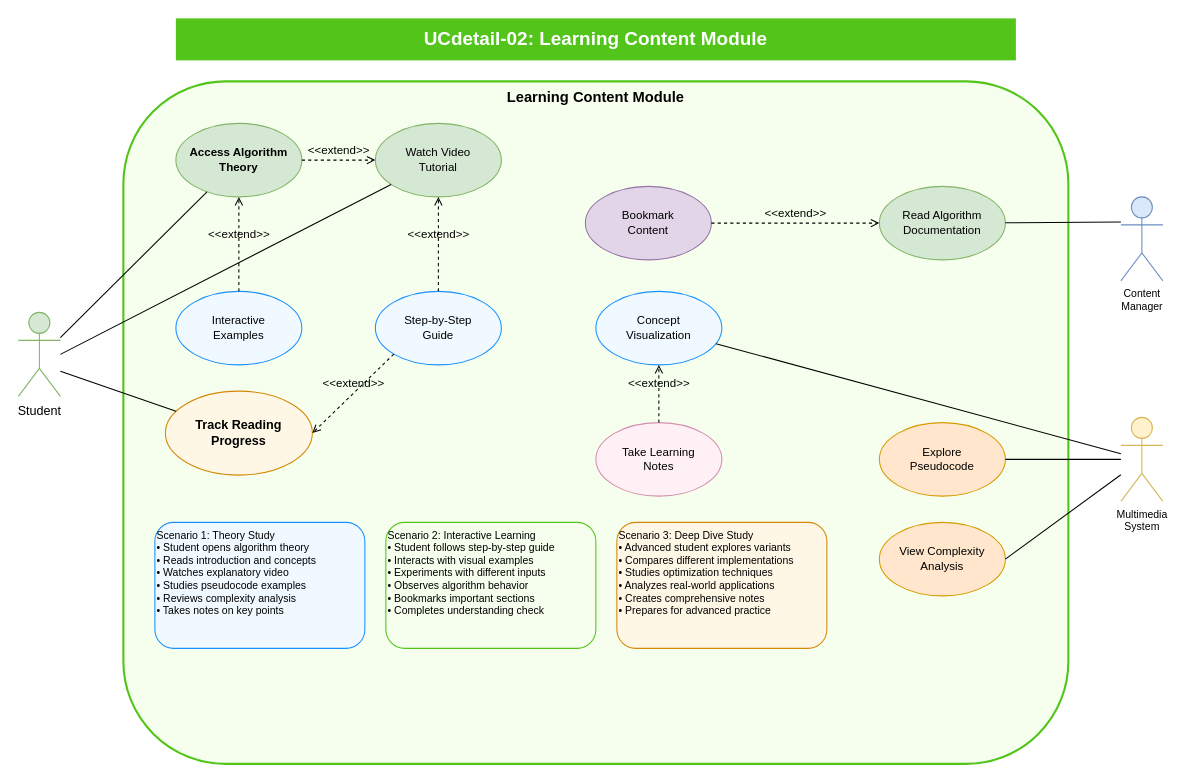
Above: dsa-visualizer/academic-project/enhanced-diagrams/UCdetail-02-learning-content.drawio in HieNguyen08/dsa-visualizer (draw.io), before the change. Source tidied: cells renumbered, new cells numbered last; positions are measured from the earlier drawing's top-left corner, leaving out a move shared by most shapes. Both pictures are drawn from the tidied source at 105%, with x=0, y=0 at pixel (18, 18).
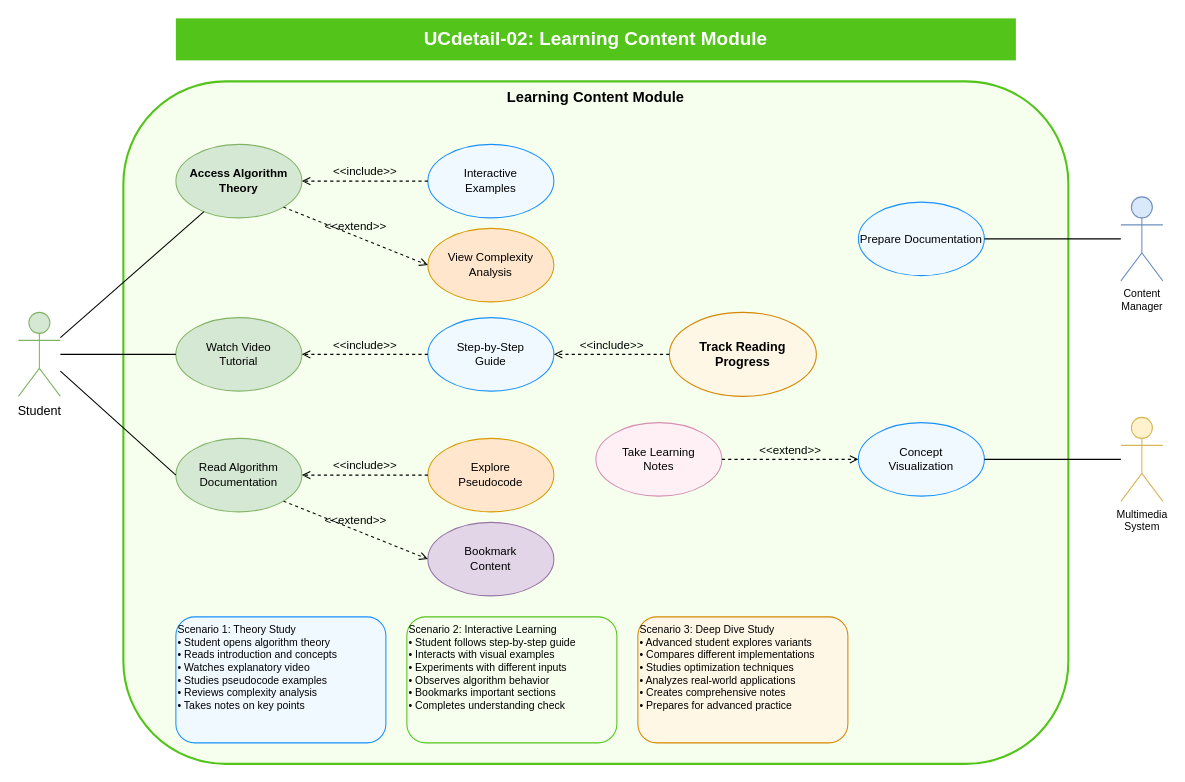
Above is the later version.

Commit message (it also covers changes not shown here):
feat: Implement complete UML relationships in all UCdetail diagrams

The change refers to these unchanged cells:
```xml
<mxCell id="4" value="Student" style="shape=umlActor;verticalLabelPosition=bottom;verticalAlign=top;html=1;outlineConnect=0;fontSize=12;fillColor=#d5e8d4;strokeColor=#82b366;" parent="1" vertex="1">
  <mxGeometry y="280" width="40" height="80" as="geometry" />
</mxCell>
<mxCell id="5" value="Content&#10;Manager" style="shape=umlActor;verticalLabelPosition=bottom;verticalAlign=top;html=1;outlineConnect=0;fontSize=10;fillColor=#dae8fc;strokeColor=#6c8ebf;" parent="1" vertex="1">
  <mxGeometry x="1050" y="170" width="40" height="80" as="geometry" />
</mxCell>
<mxCell id="6" value="Multimedia&#10;System" style="shape=umlActor;verticalLabelPosition=bottom;verticalAlign=top;html=1;outlineConnect=0;fontSize=10;fillColor=#fff2cc;strokeColor=#d6b656;" parent="1" vertex="1">
  <mxGeometry x="1050" y="380" width="40" height="80" as="geometry" />
</mxCell>
<mxCell id="17" value="Take Learning&#10;Notes" style="ellipse;whiteSpace=wrap;html=1;fontSize=11;fillColor=#fff0f6;strokeColor=#d48fb1;" parent="1" vertex="1">
  <mxGeometry x="550" y="385" width="120" height="70" as="geometry" />
</mxCell>
```

Change to the diagram source:
```diff
@@
     <mxCell id="7" value="Access Algorithm&#10;Theory" style="ellipse;whiteSpace=wrap;html=1;fontSize=11;fillColor=#d5e8d4;strokeColor=#82b366;fontStyle=1;" parent="1" vertex="1">
-      <mxGeometry x="150" y="100" width="120" height="70" as="geometry" />
+      <mxGeometry x="150" y="120" width="120" height="70" as="geometry" />
     </mxCell>
     <mxCell id="8" value="Watch Video&#10;Tutorial" style="ellipse;whiteSpace=wrap;html=1;fontSize=11;fillColor=#d5e8d4;strokeColor=#82b366;" parent="1" vertex="1">
-      <mxGeometry x="340" y="100" width="120" height="70" as="geometry" />
+      <mxGeometry x="150" y="285" width="120" height="70" as="geometry" />
     </mxCell>
     <mxCell id="9" value="Read Algorithm&#10;Documentation" style="ellipse;whiteSpace=wrap;html=1;fontSize=11;fillColor=#d5e8d4;strokeColor=#82b366;" parent="1" vertex="1">
-      <mxGeometry x="820" y="160" width="120" height="70" as="geometry" />
+      <mxGeometry x="150" y="400" width="120" height="70" as="geometry" />
     </mxCell>
     <mxCell id="10" value="Explore&#10;Pseudocode" style="ellipse;whiteSpace=wrap;html=1;fontSize=11;fillColor=#ffe6cc;strokeColor=#d79b00;" parent="1" vertex="1">
-      <mxGeometry x="820" y="385" width="120" height="70" as="geometry" />
+      <mxGeometry x="390" y="400" width="120" height="70" as="geometry" />
     </mxCell>
     <mxCell id="11" value="View Complexity&#10;Analysis" style="ellipse;whiteSpace=wrap;html=1;fontSize=11;fillColor=#ffe6cc;strokeColor=#d79b00;" parent="1" vertex="1">
-      <mxGeometry x="820" y="480" width="120" height="70" as="geometry" />
+      <mxGeometry x="390" y="200" width="120" height="70" as="geometry" />
     </mxCell>
     <mxCell id="12" value="Interactive&#10;Examples" style="ellipse;whiteSpace=wrap;html=1;fontSize=11;fillColor=#f0f9ff;strokeColor=#1890ff;" parent="1" vertex="1">
-      <mxGeometry x="150" y="260" width="120" height="70" as="geometry" />
+      <mxGeometry x="390" y="120" width="120" height="70" as="geometry" />
     </mxCell>
     <mxCell id="13" value="Step-by-Step&#10;Guide" style="ellipse;whiteSpace=wrap;html=1;fontSize=11;fillColor=#f0f9ff;strokeColor=#1890ff;" parent="1" vertex="1">
-      <mxGeometry x="340" y="260" width="120" height="70" as="geometry" />
+      <mxGeometry x="390" y="285" width="120" height="70" as="geometry" />
     </mxCell>
     <mxCell id="14" value="Concept&#10;Visualization" style="ellipse;whiteSpace=wrap;html=1;fontSize=11;fillColor=#f0f9ff;strokeColor=#1890ff;" parent="1" vertex="1">
-      <mxGeometry x="550" y="260" width="120" height="70" as="geometry" />
+      <mxGeometry x="800" y="385" width="120" height="70" as="geometry" />
     </mxCell>
     <mxCell id="15" value="Bookmark&#10;Content" style="ellipse;whiteSpace=wrap;html=1;fontSize=11;fillColor=#e1d5e7;strokeColor=#9673a6;" parent="1" vertex="1">
-      <mxGeometry x="540" y="160" width="120" height="70" as="geometry" />
+      <mxGeometry x="390" y="480" width="120" height="70" as="geometry" />
     </mxCell>
     <mxCell id="16" value="Track Reading&#10;Progress" style="ellipse;whiteSpace=wrap;html=1;fontSize=12;fillColor=#fff7e6;strokeColor=#d48806;fontStyle=1;" parent="1" vertex="1">
-      <mxGeometry x="140" y="355" width="140" height="80" as="geometry" />
+      <mxGeometry x="620" y="280" width="140" height="80" as="geometry" />
     </mxCell>
@@
     <mxCell id="18" value="Scenario 1: Theory Study&#10;• Student opens algorithm theory&#10;• Reads introduction and concepts&#10;• Watches explanatory video&#10;• Studies pseudocode examples&#10;• Reviews complexity analysis&#10;• Takes notes on key points" style="rounded=1;whiteSpace=wrap;html=1;fontSize=10;align=left;verticalAlign=top;fillColor=#f0f9ff;strokeColor=#1890ff;" parent="1" vertex="1">
-      <mxGeometry x="130" y="480" width="200" height="120" as="geometry" />
+      <mxGeometry x="150" y="570" width="200" height="120" as="geometry" />
     </mxCell>
     <mxCell id="19" value="Scenario 2: Interactive Learning&#10;• Student follows step-by-step guide&#10;• Interacts with visual examples&#10;• Experiments with different inputs&#10;• Observes algorithm behavior&#10;• Bookmarks important sections&#10;• Completes understanding check" style="rounded=1;whiteSpace=wrap;html=1;fontSize=10;align=left;verticalAlign=top;fillColor=#f6ffed;strokeColor=#52c41a;" parent="1" vertex="1">
-      <mxGeometry x="350" y="480" width="200" height="120" as="geometry" />
+      <mxGeometry x="370" y="570" width="200" height="120" as="geometry" />
     </mxCell>
     <mxCell id="20" value="Scenario 3: Deep Dive Study&#10;• Advanced student explores variants&#10;• Compares different implementations&#10;• Studies optimization techniques&#10;• Analyzes real-world applications&#10;• Creates comprehensive notes&#10;• Prepares for advanced practice" style="rounded=1;whiteSpace=wrap;html=1;fontSize=10;align=left;verticalAlign=top;fillColor=#fff7e6;strokeColor=#d48806;" parent="1" vertex="1">
-      <mxGeometry x="570" y="480" width="200" height="120" as="geometry" />
+      <mxGeometry x="590" y="570" width="200" height="120" as="geometry" />
     </mxCell>
@@
-    <mxCell id="23" style="endArrow=none;html=1;rounded=0;fontSize=12;startSize=8;endSize=8;exitX=1;exitY=0.7;" parent="1" edge="1" source="4" target="16">
+    <mxCell id="23" style="endArrow=none;html=1;rounded=0;fontSize=12;startSize=8;endSize=8;exitX=1;exitY=0.7;entryX=0;entryY=0.5;entryDx=0;entryDy=0;" parent="1" edge="1" source="4" target="9">
       <mxGeometry relative="1" as="geometry" />
     </mxCell>
-    <mxCell id="24" style="endArrow=none;html=1;rounded=0;fontSize=12;startSize=8;endSize=8;exitX=0;exitY=0.3;" parent="1" edge="1" source="5" target="9">
-      <mxGeometry relative="1" as="geometry" />
-    </mxCell>
@@
-    <mxCell id="26" value="&amp;lt;&amp;lt;extend&amp;gt;&amp;gt;" style="html=1;verticalAlign=bottom;labelBackgroundColor=none;endArrow=open;endFill=0;dashed=1;exitX=1;exitY=0.5;exitDx=0;exitDy=0;entryX=0;entryY=0.5;entryDx=0;entryDy=0;" parent="1" edge="1" source="7" target="8">
-      <mxGeometry relative="1" as="geometry" />
-    </mxCell>
+    <mxCell id="29" value="&amp;lt;&amp;lt;extend&amp;gt;&amp;gt;" style="html=1;verticalAlign=bottom;labelBackgroundColor=none;endArrow=open;endFill=0;dashed=1;exitX=1;exitY=0.5;exitDx=0;exitDy=0;entryX=0;entryY=0.5;entryDx=0;entryDy=0;" parent="1" edge="1" source="17" target="14">
+      <mxGeometry relative="1" as="geometry" />
+    </mxCell>
-    <mxCell id="27" value="&amp;lt;&amp;lt;extend&amp;gt;&amp;gt;" style="html=1;verticalAlign=bottom;labelBackgroundColor=none;endArrow=open;endFill=0;dashed=1;exitX=0.5;exitY=0;exitDx=0;exitDy=0;entryX=0.5;entryY=1;entryDx=0;entryDy=0;" parent="1" edge="1" source="12" target="7">
+    <mxCell id="27" value="&amp;lt;&amp;lt;include&amp;gt;&amp;gt;" style="html=1;verticalAlign=bottom;labelBackgroundColor=none;endArrow=open;endFill=0;dashed=1;entryX=1;entryY=0.5;entryDx=0;entryDy=0;exitX=0;exitY=0.5;exitDx=0;exitDy=0;" parent="1" edge="1" source="12" target="7">
       <mxGeometry relative="1" as="geometry" />
     </mxCell>
-    <mxCell id="28" value="&amp;lt;&amp;lt;extend&amp;gt;&amp;gt;" style="html=1;verticalAlign=bottom;labelBackgroundColor=none;endArrow=open;endFill=0;dashed=1;exitX=0;exitY=1;exitDx=0;exitDy=0;entryX=1;entryY=0.5;entryDx=0;entryDy=0;" parent="1" edge="1" source="13" target="16">
-      <mxGeometry relative="1" as="geometry" />
-    </mxCell>
-    <mxCell id="29" value="&amp;lt;&amp;lt;extend&amp;gt;&amp;gt;" style="html=1;verticalAlign=bottom;labelBackgroundColor=none;endArrow=open;endFill=0;dashed=1;entryX=0.5;entryY=1;entryDx=0;entryDy=0;exitX=0.5;exitY=0;exitDx=0;exitDy=0;" parent="1" edge="1" source="17" target="14">
-      <mxGeometry relative="1" as="geometry" />
-    </mxCell>
-    <mxCell id="30" value="&amp;lt;&amp;lt;extend&amp;gt;&amp;gt;" style="html=1;verticalAlign=bottom;labelBackgroundColor=none;endArrow=open;endFill=0;dashed=1;exitX=0.5;exitY=0;exitDx=0;exitDy=0;entryX=0.5;entryY=1;entryDx=0;entryDy=0;" parent="1" edge="1" source="13" target="8">
+    <mxCell id="30" value="&amp;lt;&amp;lt;include&amp;gt;&amp;gt;" style="html=1;verticalAlign=bottom;labelBackgroundColor=none;endArrow=open;endFill=0;dashed=1;entryX=1;entryY=0.5;entryDx=0;entryDy=0;exitX=0;exitY=0.5;exitDx=0;exitDy=0;" parent="1" edge="1" source="13" target="8">
       <mxGeometry relative="1" as="geometry" />
     </mxCell>
-    <mxCell id="31" value="&amp;lt;&amp;lt;extend&amp;gt;&amp;gt;" style="html=1;verticalAlign=bottom;labelBackgroundColor=none;endArrow=open;endFill=0;dashed=1;entryX=0;entryY=0.5;entryDx=0;entryDy=0;exitX=1;exitY=0.5;exitDx=0;exitDy=0;" parent="1" edge="1" source="15" target="9">
-      <mxGeometry relative="1" as="geometry" />
-    </mxCell>
-    <mxCell id="32" style="endArrow=none;html=1;rounded=0;fontSize=12;startSize=8;endSize=8;entryX=1;entryY=0.5;entryDx=0;entryDy=0;" parent="1" edge="1" source="6" target="10">
-      <mxGeometry relative="1" as="geometry" />
-    </mxCell>
-    <mxCell id="33" style="endArrow=none;html=1;rounded=0;fontSize=12;startSize=8;endSize=8;entryX=1;entryY=0.5;entryDx=0;entryDy=0;" parent="1" edge="1" source="6" target="11">
-      <mxGeometry relative="1" as="geometry" />
-    </mxCell>
+    <mxCell id="34" value="&amp;lt;&amp;lt;include&amp;gt;&amp;gt;" style="html=1;verticalAlign=bottom;labelBackgroundColor=none;endArrow=open;endFill=0;dashed=1;entryX=1;entryY=0.5;entryDx=0;entryDy=0;exitX=0;exitY=0.5;exitDx=0;exitDy=0;" parent="1" edge="1" source="10" target="9">
+      <mxGeometry relative="1" as="geometry" />
+    </mxCell>
+    <mxCell id="35" value="&amp;lt;&amp;lt;include&amp;gt;&amp;gt;" style="html=1;verticalAlign=bottom;labelBackgroundColor=none;endArrow=open;endFill=0;dashed=1;entryX=1;entryY=0.5;entryDx=0;entryDy=0;exitX=0;exitY=0.5;exitDx=0;exitDy=0;" parent="1" edge="1" source="16" target="13">
+      <mxGeometry relative="1" as="geometry" />
+    </mxCell>
+    <mxCell id="36" value="&amp;lt;&amp;lt;extend&amp;gt;&amp;gt;" style="html=1;verticalAlign=bottom;labelBackgroundColor=none;endArrow=open;endFill=0;dashed=1;entryX=0;entryY=0.5;entryDx=0;entryDy=0;exitX=1;exitY=1;exitDx=0;exitDy=0;" parent="1" edge="1" source="9" target="15">
+      <mxGeometry relative="1" as="geometry" />
+    </mxCell>
+    <mxCell id="37" value="&amp;lt;&amp;lt;extend&amp;gt;&amp;gt;" style="html=1;verticalAlign=bottom;labelBackgroundColor=none;endArrow=open;endFill=0;dashed=1;entryX=0;entryY=0.5;entryDx=0;entryDy=0;exitX=1;exitY=1;exitDx=0;exitDy=0;" parent="1" edge="1" source="7" target="11">
+      <mxGeometry relative="1" as="geometry" />
+    </mxCell>
+    <mxCell id="38" value="Prepare Documentation" style="ellipse;whiteSpace=wrap;html=1;fontSize=11;fillColor=#f0f9ff;strokeColor=#1890ff;" parent="1" vertex="1">
+      <mxGeometry x="800" y="175" width="120" height="70" as="geometry" />
+    </mxCell>
+    <mxCell id="39" style="endArrow=none;html=1;rounded=0;fontSize=12;startSize=8;endSize=8;entryX=1;entryY=0.5;entryDx=0;entryDy=0;" parent="1" edge="1" source="5" target="38">
+      <mxGeometry relative="1" as="geometry" />
+    </mxCell>
```
